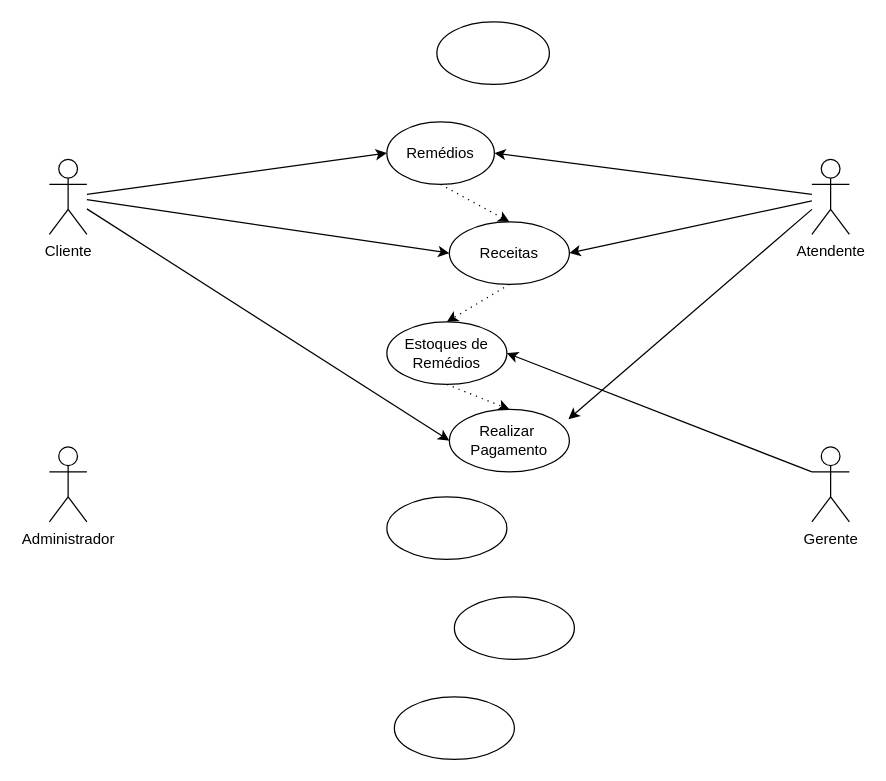
Earlier version of the draw.io diagram page "6-26/03/25" (6 of 6) of Diagrama sem nome.drawio (luann490/diagramasderequisitos). Source tidied: cells renumbered, new cells numbered last; positions are measured from the earlier drawing's top-left corner, leaving out a move shared by most shapes. Both pictures are drawn from the tidied source at 125%, with x=0, y=0 at pixel (49, 21).
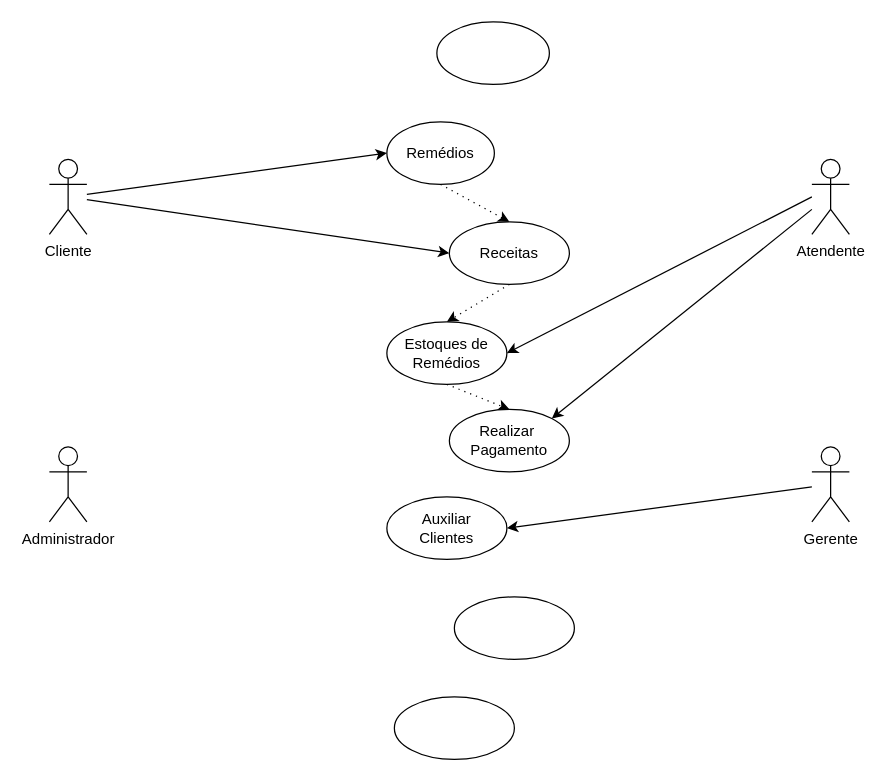
The same page after the edit.

Unchanged cells that the change refers to:
```xml
<mxCell id="2" value="Cliente" style="shape=umlActor;verticalLabelPosition=bottom;verticalAlign=top;html=1;outlineConnect=0;" parent="1" vertex="1">
  <mxGeometry y="110" width="30" height="60" as="geometry" />
</mxCell>
<mxCell id="4" value="Atendente" style="shape=umlActor;verticalLabelPosition=bottom;verticalAlign=top;html=1;outlineConnect=0;" parent="1" vertex="1">
  <mxGeometry x="610" y="110" width="30" height="60" as="geometry" />
</mxCell>
<mxCell id="6" value="Gerente" style="shape=umlActor;verticalLabelPosition=bottom;verticalAlign=top;html=1;outlineConnect=0;" parent="1" vertex="1">
  <mxGeometry x="610" y="340" width="30" height="60" as="geometry" />
</mxCell>
<mxCell id="8" value="Remédios" style="ellipse;whiteSpace=wrap;html=1;" parent="1" vertex="1">
  <mxGeometry x="270" y="80" width="86" height="50" as="geometry" />
</mxCell>
<mxCell id="12" value="Estoques de&lt;div&gt;Remédios&lt;/div&gt;" style="ellipse;whiteSpace=wrap;html=1;" parent="1" vertex="1">
  <mxGeometry x="270" y="240" width="96" height="50" as="geometry" />
</mxCell>
<mxCell id="15" value="Realizar&amp;nbsp;&lt;div&gt;Pagamento&lt;/div&gt;" style="ellipse;whiteSpace=wrap;html=1;" parent="1" vertex="1">
  <mxGeometry x="320" y="310" width="96" height="50" as="geometry" />
</mxCell>
<mxCell id="17" value="Receitas" style="ellipse;whiteSpace=wrap;html=1;" parent="1" vertex="1">
  <mxGeometry x="320" y="160" width="96" height="50" as="geometry" />
</mxCell>
```

What changed in the source:
```diff
@@
-    <mxCell id="5" style="rounded=0;jettySize=auto;html=1;exitX=0;exitY=0.3333333333333333;exitDx=0;exitDy=0;exitPerimeter=0;entryX=1;entryY=0.5;entryDx=0;entryDy=0;" parent="1" edge="1" source="6" target="12">
-      <mxGeometry relative="1" as="geometry" />
-    </mxCell>
@@
-    <mxCell id="14" style="ellipse;whiteSpace=wrap;html=1;" parent="1" vertex="1">
+    <mxCell id="14" value="Auxiliar&lt;div&gt;Clientes&lt;/div&gt;" style="ellipse;whiteSpace=wrap;html=1;" parent="1" vertex="1">
       <mxGeometry x="270" y="380" width="96" height="50" as="geometry" />
     </mxCell>
@@
-    <mxCell id="20" style="endArrow=classic;html=1;rounded=0;entryX=1;entryY=0.5;entryDx=0;entryDy=0;" parent="1" edge="1" source="4" target="8">
-      <mxGeometry relative="1" as="geometry" />
-    </mxCell>
-    <mxCell id="21" style="endArrow=classic;html=1;rounded=0;entryX=1;entryY=0.5;entryDx=0;entryDy=0;" parent="1" edge="1" source="4" target="17">
-      <mxGeometry relative="1" as="geometry" />
-    </mxCell>
-    <mxCell id="22" style="endArrow=classic;html=1;rounded=0;entryX=0;entryY=0.5;entryDx=0;entryDy=0;" parent="1" edge="1" source="2" target="15">
-      <mxGeometry relative="1" as="geometry" />
-    </mxCell>
-    <mxCell id="23" style="endArrow=classic;html=1;rounded=0;entryX=0.992;entryY=0.156;entryDx=0;entryDy=0;entryPerimeter=0;" parent="1" edge="1" target="15">
+    <mxCell id="23" style="endArrow=classic;html=1;rounded=0;entryX=1;entryY=0.5;entryDx=0;entryDy=0;" parent="1" edge="1" target="12">
       <mxGeometry relative="1" as="geometry">
-        <mxPoint x="610" y="150" as="sourcePoint" />
+        <mxPoint x="610" y="140" as="sourcePoint" />
       </mxGeometry>
     </mxCell>
+    <mxCell id="24" style="endArrow=classic;html=1;rounded=0;entryX=1;entryY=0;entryDx=0;entryDy=0;" parent="1" edge="1" target="15">
+      <mxGeometry relative="1" as="geometry">
+        <mxPoint x="610" y="150" as="sourcePoint" />
+      </mxGeometry>
+    </mxCell>
+    <mxCell id="25" style="endArrow=classic;html=1;rounded=0;entryX=1;entryY=0.5;entryDx=0;entryDy=0;" parent="1" edge="1" source="6" target="14">
+      <mxGeometry relative="1" as="geometry" />
+    </mxCell>
```
